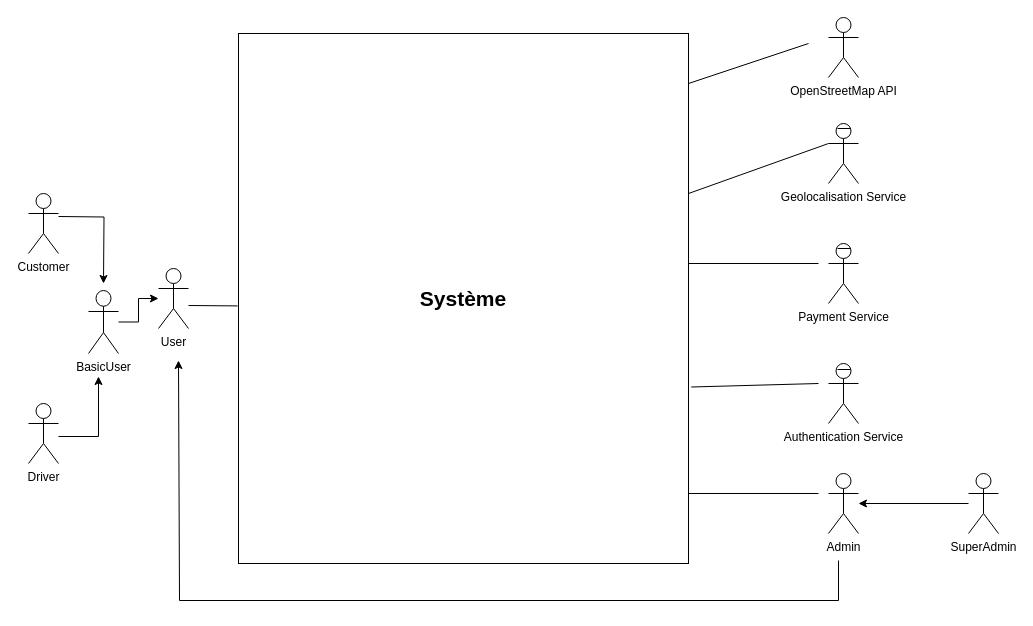
Earlier version of the draw.io diagram page "Context Diagram" (1 of 7) of modeling/Untitled Diagram.drawio (NOMO-Gabriel/RideAndGo). Source tidied: cells renumbered, new cells numbered last; positions are measured from the earlier drawing's top-left corner, leaving out a move shared by most shapes. Both pictures are drawn from the tidied source at 100%, with x=0, y=0 at pixel (28, 17).
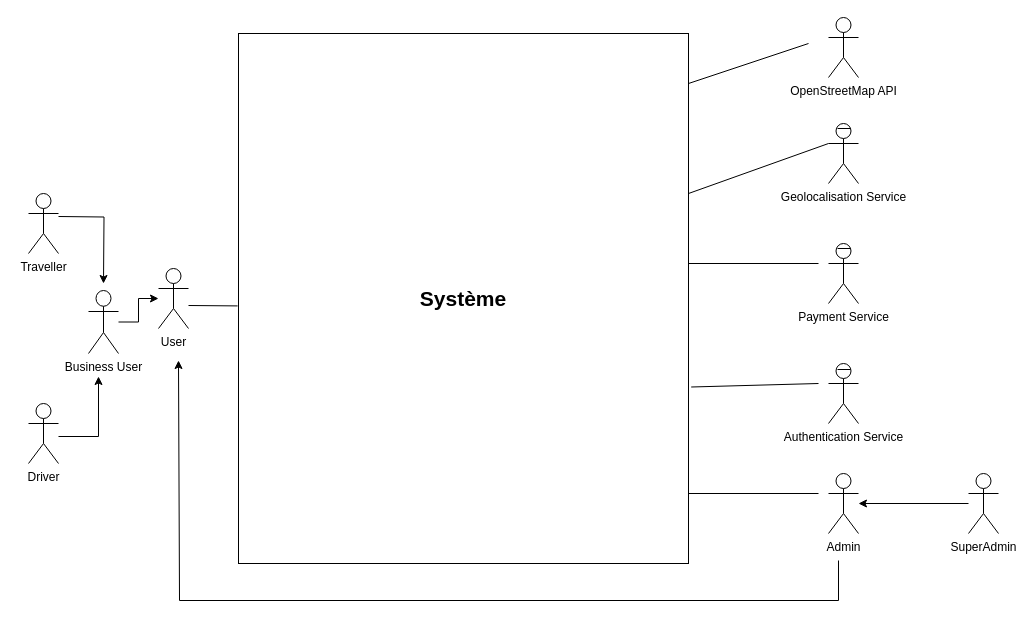
After the change.

Change to the diagram source:
```diff
@@
-    <mxCell id="4" value="BasicUser" style="shape=umlActor;verticalLabelPosition=bottom;verticalAlign=top;html=1;outlineConnect=0;" parent="1" vertex="1">
+    <mxCell id="4" value="Business User" style="shape=umlActor;verticalLabelPosition=bottom;verticalAlign=top;html=1;outlineConnect=0;" parent="1" vertex="1">
       <mxGeometry x="60" y="273" width="30" height="63" as="geometry" />
     </mxCell>
-    <mxCell id="5" value="Customer" style="shape=umlActor;verticalLabelPosition=bottom;verticalAlign=top;html=1;" parent="1" vertex="1">
+    <mxCell id="5" value="Traveller" style="shape=umlActor;verticalLabelPosition=bottom;verticalAlign=top;html=1;" parent="1" vertex="1">
       <mxGeometry y="176" width="30" height="60" as="geometry" />
     </mxCell>
```
